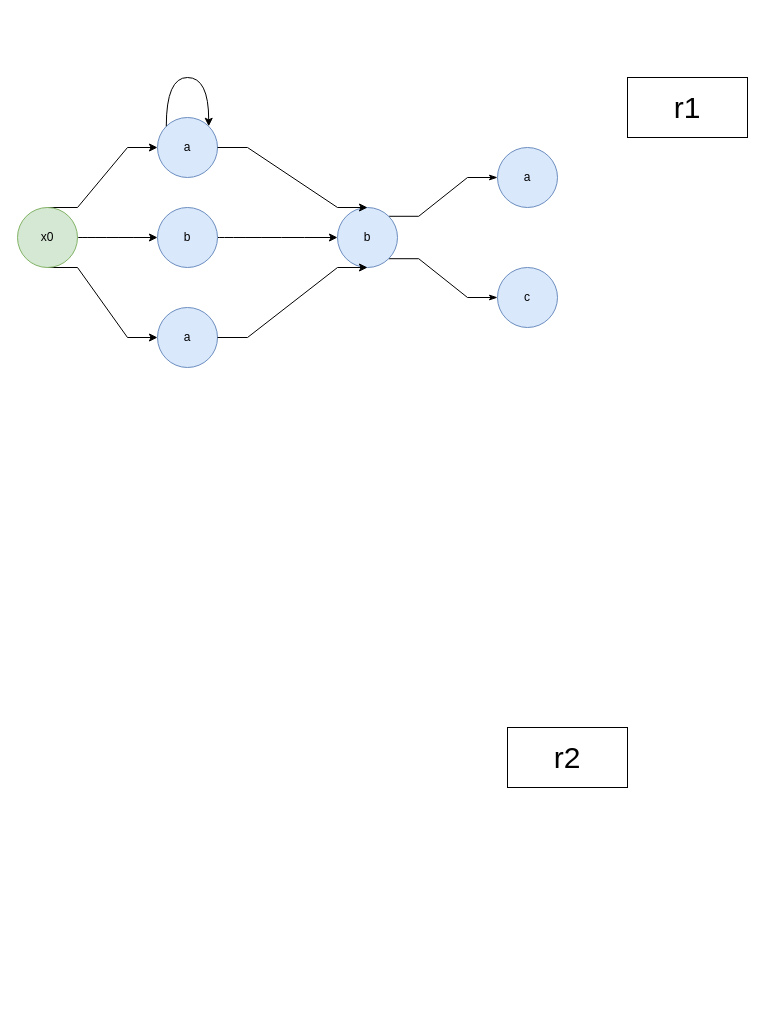
DocAmaroo/M1Aigle keeps this draw.io diagram as page "Page-2" (2 of 3) of HMIN103/td/td2/exo2.drawio. Above is the earlier version. Source tidied: cells renumbered, new cells numbered last; positions are measured from the earlier drawing's top-left corner, leaving out a move shared by most shapes. Both pictures are drawn from the tidied source at 100%, with x=0, y=0 at pixel (17, 77).
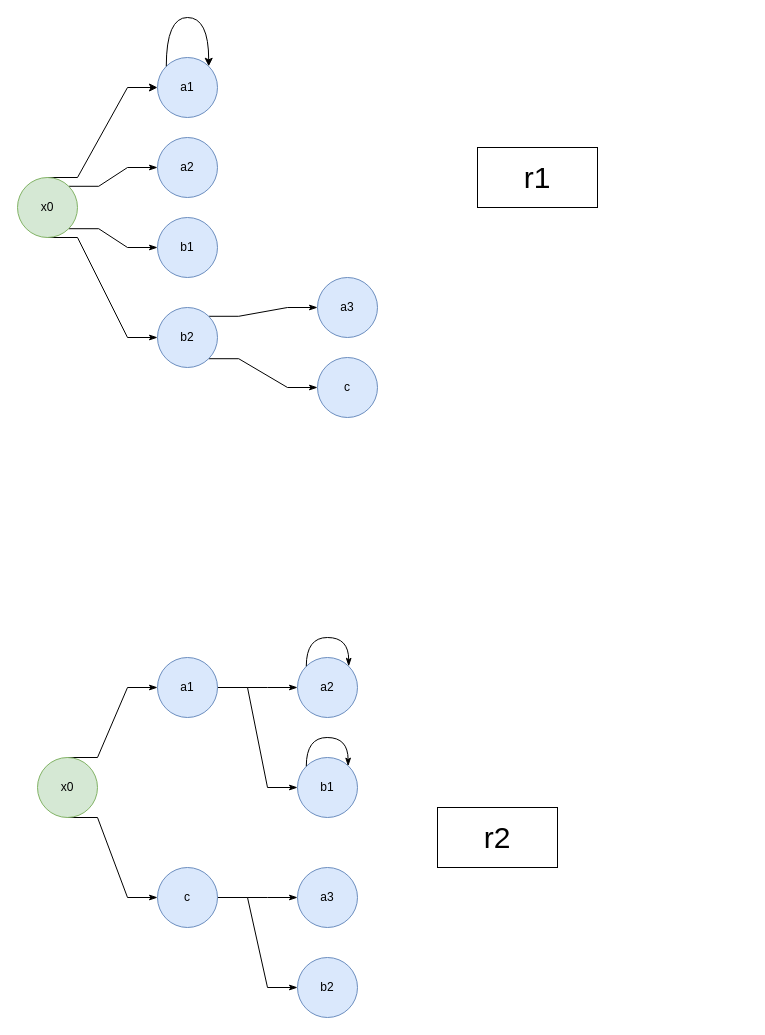
After the change.

What changed in the source:
```diff
@@
-    <mxCell id="2" style="edgeStyle=orthogonalEdgeStyle;curved=1;rounded=0;jettySize=auto;html=1;startArrow=none;startFill=0;" parent="1" edge="1" source="5" target="9">
-      <mxGeometry relative="1" as="geometry" />
-    </mxCell>
@@
-    <mxCell id="4" style="edgeStyle=entityRelationEdgeStyle;rounded=0;jettySize=auto;html=1;exitX=0.5;exitY=1;exitDx=0;exitDy=0;entryX=0;entryY=0.5;entryDx=0;entryDy=0;startArrow=none;startFill=0;" parent="1" edge="1" source="5" target="11">
+    <mxCell id="4" style="edgeStyle=entityRelationEdgeStyle;rounded=0;jettySize=auto;html=1;exitX=1;exitY=1;exitDx=0;exitDy=0;entryX=0;entryY=0.5;entryDx=0;entryDy=0;startArrow=none;startFill=0;endArrow=classicThin;endFill=1;" parent="1" edge="1" source="5" target="11">
       <mxGeometry relative="1" as="geometry" />
     </mxCell>
+    <mxCell id="2" style="edgeStyle=entityRelationEdgeStyle;rounded=0;jettySize=auto;html=1;exitX=1;exitY=0;exitDx=0;exitDy=0;entryX=0;entryY=0.5;entryDx=0;entryDy=0;startArrow=none;startFill=0;endArrow=classicThin;endFill=1;" parent="1" edge="1" source="5" target="9">
+      <mxGeometry relative="1" as="geometry" />
+    </mxCell>
+    <mxCell id="20" style="edgeStyle=entityRelationEdgeStyle;rounded=0;jettySize=auto;html=1;exitX=0.5;exitY=1;exitDx=0;exitDy=0;entryX=0;entryY=0.5;entryDx=0;entryDy=0;startArrow=none;startFill=0;endArrow=classicThin;endFill=1;" parent="1" edge="1" source="5" target="15">
+      <mxGeometry relative="1" as="geometry" />
+    </mxCell>
     <mxCell id="5" value="x0" style="ellipse;whiteSpace=wrap;html=1;fillColor=#d5e8d4;strokeColor=#82b366;" parent="1" vertex="1">
-      <mxGeometry y="130" width="60" height="60" as="geometry" />
+      <mxGeometry y="100" width="60" height="60" as="geometry" />
     </mxCell>
     <mxCell id="6" value="&lt;font style=&quot;font-size: 30px&quot;&gt;r1&lt;/font&gt;" style="rounded=0;whiteSpace=wrap;html=1;" parent="1" vertex="1">
-      <mxGeometry x="610" width="120" height="60" as="geometry" />
+      <mxGeometry x="460" y="70" width="120" height="60" as="geometry" />
     </mxCell>
     <mxCell id="7" value="&lt;font style=&quot;font-size: 30px&quot;&gt;r2&lt;/font&gt;" style="rounded=0;whiteSpace=wrap;html=1;" parent="1" vertex="1">
-      <mxGeometry x="490" y="650" width="120" height="60" as="geometry" />
+      <mxGeometry x="420" y="730" width="120" height="60" as="geometry" />
     </mxCell>
-    <mxCell id="8" style="edgeStyle=orthogonalEdgeStyle;curved=1;rounded=0;jettySize=auto;html=1;startArrow=none;startFill=0;" parent="1" edge="1" source="9" target="15">
-      <mxGeometry relative="1" as="geometry" />
-    </mxCell>
-    <mxCell id="9" value="b" style="ellipse;whiteSpace=wrap;html=1;fillColor=#dae8fc;strokeColor=#6c8ebf;" parent="1" vertex="1">
-      <mxGeometry x="140" y="130" width="60" height="60" as="geometry" />
+    <mxCell id="9" value="a2" style="ellipse;whiteSpace=wrap;html=1;fillColor=#dae8fc;strokeColor=#6c8ebf;" parent="1" vertex="1">
+      <mxGeometry x="140" y="60" width="60" height="60" as="geometry" />
     </mxCell>
-    <mxCell id="10" value="a" style="ellipse;whiteSpace=wrap;html=1;fillColor=#dae8fc;strokeColor=#6c8ebf;" parent="1" vertex="1">
-      <mxGeometry x="140" y="40" width="60" height="60" as="geometry" />
+    <mxCell id="10" value="a1" style="ellipse;whiteSpace=wrap;html=1;fillColor=#dae8fc;strokeColor=#6c8ebf;" parent="1" vertex="1">
+      <mxGeometry x="140" y="-20" width="60" height="60" as="geometry" />
     </mxCell>
-    <mxCell id="11" value="a" style="ellipse;whiteSpace=wrap;html=1;fillColor=#dae8fc;strokeColor=#6c8ebf;" parent="1" vertex="1">
-      <mxGeometry x="140" y="230" width="60" height="60" as="geometry" />
+    <mxCell id="11" value="b1" style="ellipse;whiteSpace=wrap;html=1;fillColor=#dae8fc;strokeColor=#6c8ebf;" parent="1" vertex="1">
+      <mxGeometry x="140" y="140" width="60" height="60" as="geometry" />
     </mxCell>
     <mxCell id="12" style="edgeStyle=orthogonalEdgeStyle;rounded=0;orthogonalLoop=1;jettySize=auto;html=1;exitX=0;exitY=0;exitDx=0;exitDy=0;entryX=1;entryY=0;entryDx=0;entryDy=0;startArrow=none;startFill=0;curved=1;" parent="1" edge="1" source="10" target="10">
       <mxGeometry relative="1" as="geometry">
         <Array as="points">
-          <mxPoint x="149" />
-          <mxPoint x="191" />
+          <mxPoint x="149" y="-60" />
+          <mxPoint x="191" y="-60" />
         </Array>
       </mxGeometry>
     </mxCell>
@@
-    <mxCell id="15" value="b" style="ellipse;whiteSpace=wrap;html=1;fillColor=#dae8fc;strokeColor=#6c8ebf;" parent="1" vertex="1">
-      <mxGeometry x="320" y="130" width="60" height="60" as="geometry" />
+    <mxCell id="15" value="b2" style="ellipse;whiteSpace=wrap;html=1;fillColor=#dae8fc;strokeColor=#6c8ebf;" parent="1" vertex="1">
+      <mxGeometry x="140" y="230" width="60" height="60" as="geometry" />
     </mxCell>
-    <mxCell id="16" style="edgeStyle=entityRelationEdgeStyle;jettySize=auto;html=1;exitX=1;exitY=0.5;exitDx=0;exitDy=0;entryX=0.5;entryY=1;entryDx=0;entryDy=0;startArrow=none;startFill=0;rounded=0;" parent="1" edge="1" source="11" target="15">
-      <mxGeometry relative="1" as="geometry" />
-    </mxCell>
-    <mxCell id="17" style="edgeStyle=entityRelationEdgeStyle;rounded=0;jettySize=auto;html=1;exitX=1;exitY=0.5;exitDx=0;exitDy=0;entryX=0.5;entryY=0;entryDx=0;entryDy=0;startArrow=none;startFill=0;" parent="1" edge="1" source="10" target="15">
-      <mxGeometry relative="1" as="geometry" />
-    </mxCell>
-    <mxCell id="18" value="a" style="ellipse;whiteSpace=wrap;html=1;fillColor=#dae8fc;strokeColor=#6c8ebf;" parent="1" vertex="1">
-      <mxGeometry x="480" y="70" width="60" height="60" as="geometry" />
+    <mxCell id="18" value="a3" style="ellipse;whiteSpace=wrap;html=1;fillColor=#dae8fc;strokeColor=#6c8ebf;" parent="1" vertex="1">
+      <mxGeometry x="300" y="200" width="60" height="60" as="geometry" />
     </mxCell>
     <mxCell id="19" value="c" style="ellipse;whiteSpace=wrap;html=1;fillColor=#dae8fc;strokeColor=#6c8ebf;" parent="1" vertex="1">
-      <mxGeometry x="480" y="190" width="60" height="60" as="geometry" />
+      <mxGeometry x="300" y="280" width="60" height="60" as="geometry" />
     </mxCell>
+    <mxCell id="21" style="edgeStyle=entityRelationEdgeStyle;rounded=0;jettySize=auto;html=1;exitX=0.5;exitY=0;exitDx=0;exitDy=0;startArrow=none;startFill=0;endArrow=classicThin;endFill=1;" parent="1" edge="1" source="23" target="26">
+      <mxGeometry relative="1" as="geometry" />
+    </mxCell>
+    <mxCell id="22" style="edgeStyle=entityRelationEdgeStyle;rounded=0;jettySize=auto;html=1;exitX=0.5;exitY=1;exitDx=0;exitDy=0;entryX=0;entryY=0.5;entryDx=0;entryDy=0;startArrow=none;startFill=0;endArrow=classicThin;endFill=1;" parent="1" edge="1" source="23" target="29">
+      <mxGeometry relative="1" as="geometry" />
+    </mxCell>
+    <mxCell id="23" value="x0" style="ellipse;whiteSpace=wrap;html=1;fillColor=#d5e8d4;strokeColor=#82b366;" parent="1" vertex="1">
+      <mxGeometry x="20" y="680" width="60" height="60" as="geometry" />
+    </mxCell>
+    <mxCell id="24" style="edgeStyle=entityRelationEdgeStyle;rounded=0;jettySize=auto;html=1;startArrow=none;startFill=0;endArrow=classicThin;endFill=1;" parent="1" edge="1" source="26" target="30">
+      <mxGeometry relative="1" as="geometry" />
+    </mxCell>
+    <mxCell id="25" style="edgeStyle=entityRelationEdgeStyle;rounded=0;jettySize=auto;html=1;startArrow=none;startFill=0;endArrow=classicThin;endFill=1;" parent="1" edge="1" source="26" target="31">
+      <mxGeometry relative="1" as="geometry" />
+    </mxCell>
+    <mxCell id="26" value="a1" style="ellipse;whiteSpace=wrap;html=1;fillColor=#dae8fc;strokeColor=#6c8ebf;" parent="1" vertex="1">
+      <mxGeometry x="140" y="580" width="60" height="60" as="geometry" />
+    </mxCell>
+    <mxCell id="27" style="edgeStyle=entityRelationEdgeStyle;rounded=0;jettySize=auto;html=1;startArrow=none;startFill=0;endArrow=classicThin;endFill=1;" parent="1" edge="1" source="29" target="32">
+      <mxGeometry relative="1" as="geometry" />
+    </mxCell>
+    <mxCell id="28" style="edgeStyle=entityRelationEdgeStyle;rounded=0;jettySize=auto;html=1;startArrow=none;startFill=0;endArrow=classicThin;endFill=1;" parent="1" edge="1" source="29" target="33">
+      <mxGeometry relative="1" as="geometry" />
+    </mxCell>
+    <mxCell id="29" value="c" style="ellipse;whiteSpace=wrap;html=1;fillColor=#dae8fc;strokeColor=#6c8ebf;" parent="1" vertex="1">
+      <mxGeometry x="140" y="790" width="60" height="60" as="geometry" />
+    </mxCell>
+    <mxCell id="30" value="a2" style="ellipse;whiteSpace=wrap;html=1;fillColor=#dae8fc;strokeColor=#6c8ebf;" parent="1" vertex="1">
+      <mxGeometry x="280" y="580" width="60" height="60" as="geometry" />
+    </mxCell>
+    <mxCell id="31" value="b1" style="ellipse;whiteSpace=wrap;html=1;fillColor=#dae8fc;strokeColor=#6c8ebf;" parent="1" vertex="1">
+      <mxGeometry x="280" y="680" width="60" height="60" as="geometry" />
+    </mxCell>
+    <mxCell id="32" value="a3" style="ellipse;whiteSpace=wrap;html=1;fillColor=#dae8fc;strokeColor=#6c8ebf;" parent="1" vertex="1">
+      <mxGeometry x="280" y="790" width="60" height="60" as="geometry" />
+    </mxCell>
+    <mxCell id="33" value="b2" style="ellipse;whiteSpace=wrap;html=1;fillColor=#dae8fc;strokeColor=#6c8ebf;" parent="1" vertex="1">
+      <mxGeometry x="280" y="880" width="60" height="60" as="geometry" />
+    </mxCell>
+    <mxCell id="34" style="edgeStyle=orthogonalEdgeStyle;rounded=0;orthogonalLoop=1;jettySize=auto;html=1;exitX=0;exitY=0;exitDx=0;exitDy=0;entryX=1;entryY=0;entryDx=0;entryDy=0;startArrow=none;startFill=0;endArrow=classicThin;endFill=1;curved=1;" parent="1" edge="1" source="30" target="30">
+      <mxGeometry relative="1" as="geometry">
+        <Array as="points">
+          <mxPoint x="289" y="560" />
+          <mxPoint x="331" y="560" />
+        </Array>
+      </mxGeometry>
+    </mxCell>
+    <mxCell id="35" style="edgeStyle=orthogonalEdgeStyle;curved=1;rounded=0;orthogonalLoop=1;jettySize=auto;html=1;exitX=0;exitY=0;exitDx=0;exitDy=0;startArrow=none;startFill=0;endArrow=classicThin;endFill=1;entryX=0.844;entryY=0.144;entryDx=0;entryDy=0;entryPerimeter=0;" parent="1" edge="1" source="31" target="31">
+      <mxGeometry relative="1" as="geometry">
+        <Array as="points">
+          <mxPoint x="289" y="660" />
+          <mxPoint x="331" y="660" />
+        </Array>
+      </mxGeometry>
+    </mxCell>
```
